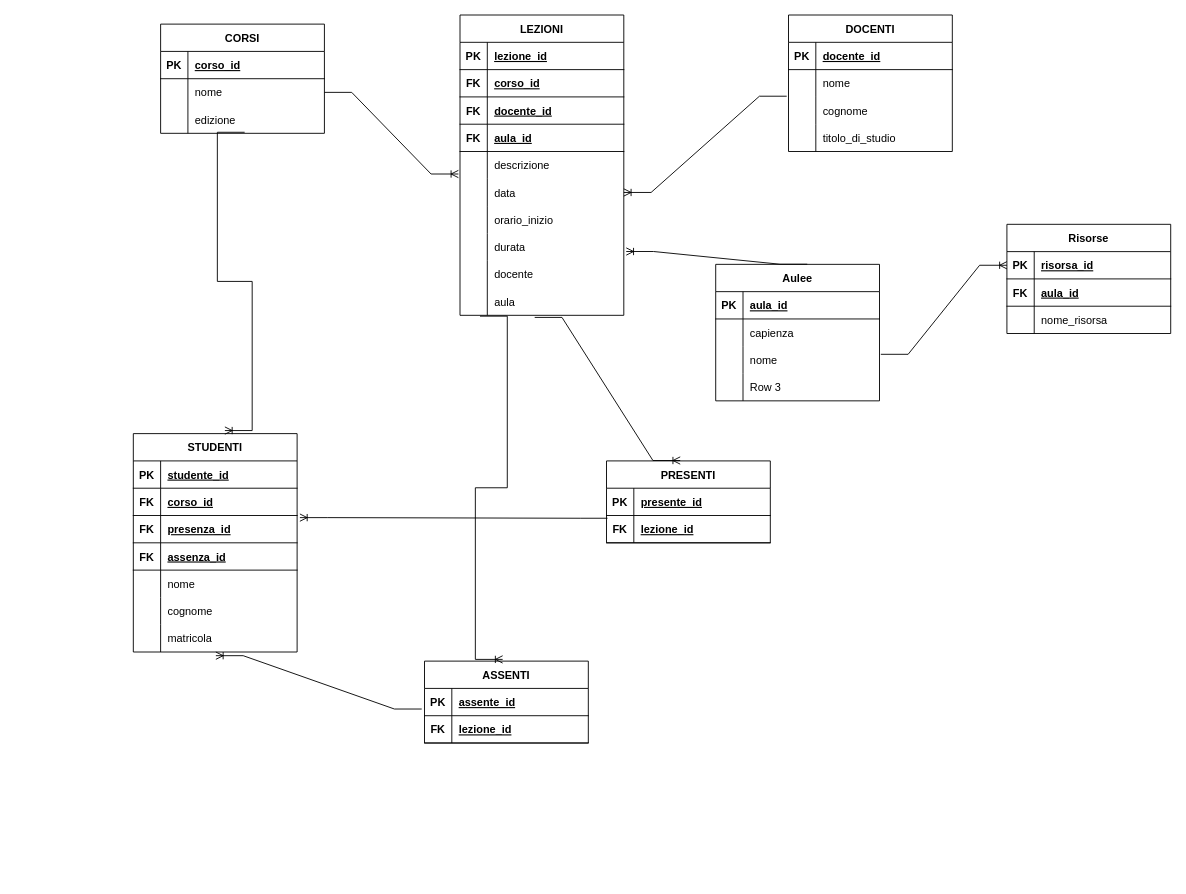
Before: Nuova cartella/Diagramma senza titolo.drawio in Ilthepriest/Diagramma, a draw.io diagram. Source tidied: cells renumbered, new cells numbered last; positions are measured from the earlier drawing's top-left corner, leaving out a move shared by most shapes. Both pictures are drawn from the tidied source at 91%, with x=0, y=0 at pixel (133, 15).
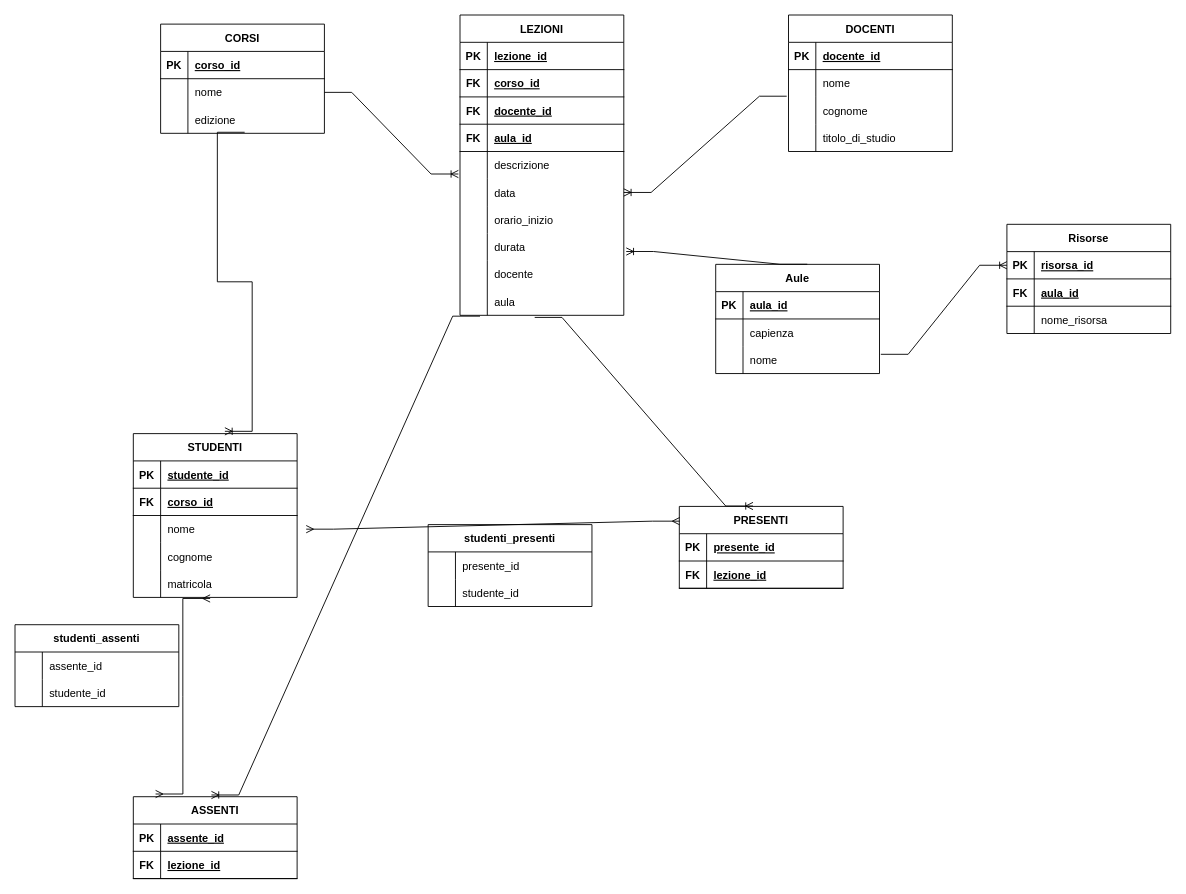
The same diagram, later.

The change refers to these unchanged cells:
```xml
<mxCell id="87" style="shape=tableRow;horizontal=0;startSize=0;swimlaneHead=0;swimlaneBody=0;fillColor=none;points=[[0,0.5],[1,0.5]];portConstraint=eastwest;top=0;left=0;right=0;bottom=1;" parent="83" vertex="1">
  <mxGeometry y="60" width="180" height="30" as="geometry" />
</mxCell>
<mxCell id="110" style="shape=tableRow;horizontal=0;startSize=0;swimlaneHead=0;swimlaneBody=0;fillColor=none;points=[[0,0.5],[1,0.5]];portConstraint=eastwest;top=0;left=0;right=0;bottom=1;" parent="106" vertex="1">
  <mxGeometry y="60" width="180" height="30" as="geometry" />
</mxCell>
<mxCell id="116" style="shape=tableRow;horizontal=0;startSize=0;swimlaneHead=0;swimlaneBody=0;fillColor=none;points=[[0,0.5],[1,0.5]];portConstraint=eastwest;top=0;left=0;right=0;bottom=1;" parent="115" vertex="1">
  <mxGeometry y="30" width="180" height="30" as="geometry" />
</mxCell>
```

What changed in the source:
```diff
@@
-    <mxCell id="58" value="Aulee" style="shape=table;startSize=30;childLayout=tableLayout;rowLines=0;fontStyle=1;align=center;" parent="1" vertex="1">
-      <mxGeometry x="640" y="274" width="180" height="150" as="geometry" />
+    <mxCell id="58" value="Aule" style="shape=table;startSize=30;childLayout=tableLayout;rowLines=0;fontStyle=1;align=center;" parent="1" vertex="1">
+      <mxGeometry x="640" y="274" width="180" height="120" as="geometry" />
     </mxCell>
@@
-    <mxCell id="68" style="shape=tableRow;horizontal=0;startSize=0;swimlaneHead=0;swimlaneBody=0;fillColor=none;top=0;left=0;right=0;bottom=0;" parent="58" vertex="1">
-      <mxGeometry y="120" width="180" height="30" as="geometry" />
-    </mxCell>
-    <mxCell id="69" style="shape=partialRectangle;fillColor=none;top=0;left=0;bottom=0;right=0;overflow=hidden;" parent="68" vertex="1">
-      <mxGeometry width="30" height="30" as="geometry" />
-    </mxCell>
-    <mxCell id="70" value="Row 3" style="shape=partialRectangle;fillColor=none;top=0;left=0;bottom=0;right=0;align=left;spacingLeft=6;overflow=hidden;" parent="68" vertex="1">
-      <mxGeometry x="30" width="150" height="30" as="geometry" />
-    </mxCell>
@@
     <mxCell id="83" value="STUDENTI" style="shape=table;startSize=30;childLayout=tableLayout;rowLines=0;fontStyle=1;align=center;" parent="1" vertex="1">
-      <mxGeometry y="460" width="180" height="240" as="geometry" />
+      <mxGeometry y="460" width="180" height="180" as="geometry" />
     </mxCell>
@@
-    <mxCell id="90" style="shape=tableRow;horizontal=0;startSize=0;swimlaneHead=0;swimlaneBody=0;fillColor=none;top=0;left=0;right=0;bottom=1;" parent="83" vertex="1">
-      <mxGeometry y="90" width="180" height="30" as="geometry" />
-    </mxCell>
-    <mxCell id="91" value="FK" style="shape=partialRectangle;fillColor=none;top=0;left=0;bottom=0;right=0;fontStyle=1;overflow=hidden;" parent="90" vertex="1">
-      <mxGeometry width="30" height="30" as="geometry" />
-    </mxCell>
-    <mxCell id="92" value="presenza_id" style="shape=partialRectangle;fillColor=none;top=0;left=0;bottom=0;right=0;align=left;spacingLeft=6;fontStyle=5;overflow=hidden;" parent="90" vertex="1">
-      <mxGeometry x="30" width="150" height="30" as="geometry" />
-    </mxCell>
-    <mxCell id="93" style="shape=tableRow;horizontal=0;startSize=0;swimlaneHead=0;swimlaneBody=0;fillColor=none;top=0;left=0;right=0;bottom=1;" parent="83" vertex="1">
-      <mxGeometry y="120" width="180" height="30" as="geometry" />
-    </mxCell>
-    <mxCell id="94" value="FK" style="shape=partialRectangle;fillColor=none;top=0;left=0;bottom=0;right=0;fontStyle=1;overflow=hidden;" parent="93" vertex="1">
-      <mxGeometry width="30" height="30" as="geometry" />
-    </mxCell>
-    <mxCell id="95" value="assenza_id" style="shape=partialRectangle;fillColor=none;top=0;left=0;bottom=0;right=0;align=left;spacingLeft=6;fontStyle=5;overflow=hidden;" parent="93" vertex="1">
-      <mxGeometry x="30" width="150" height="30" as="geometry" />
-    </mxCell>
     <mxCell id="96" style="shape=tableRow;horizontal=0;startSize=0;swimlaneHead=0;swimlaneBody=0;fillColor=none;top=0;left=0;right=0;bottom=0;" parent="83" vertex="1">
-      <mxGeometry y="150" width="180" height="30" as="geometry" />
+      <mxGeometry y="90" width="180" height="30" as="geometry" />
     </mxCell>
@@
     <mxCell id="99" style="shape=tableRow;horizontal=0;startSize=0;swimlaneHead=0;swimlaneBody=0;fillColor=none;top=0;left=0;right=0;bottom=0;" parent="83" vertex="1">
-      <mxGeometry y="180" width="180" height="30" as="geometry" />
+      <mxGeometry y="120" width="180" height="30" as="geometry" />
     </mxCell>
@@
     <mxCell id="102" style="shape=tableRow;horizontal=0;startSize=0;swimlaneHead=0;swimlaneBody=0;fillColor=none;points=[[0,0.5],[1,0.5]];portConstraint=eastwest;top=0;left=0;right=0;bottom=0;" parent="83" vertex="1">
-      <mxGeometry y="210" width="180" height="30" as="geometry" />
+      <mxGeometry y="150" width="180" height="30" as="geometry" />
     </mxCell>
@@
     <mxCell id="106" value="PRESENTI" style="shape=table;startSize=30;childLayout=tableLayout;rowLines=0;fontStyle=1;align=center;" parent="1" vertex="1">
-      <mxGeometry x="520" y="490" width="180" height="90" as="geometry" />
+      <mxGeometry x="600" y="540" width="180" height="90" as="geometry" />
     </mxCell>
@@
-    <mxCell id="114" style="edgeStyle=entityRelationEdgeStyle;fontSize=12;html=1;endArrow=ERoneToMany;rounded=0;exitX=0.006;exitY=0.1;exitDx=0;exitDy=0;exitPerimeter=0;entryX=1.017;entryY=1.077;entryDx=0;entryDy=0;entryPerimeter=0;" parent="1" edge="1" source="110" target="87">
-      <mxGeometry relative="1" as="geometry" />
-    </mxCell>
     <mxCell id="115" value="ASSENTI" style="shape=table;startSize=30;childLayout=tableLayout;rowLines=0;fontStyle=1;align=center;" parent="1" vertex="1">
-      <mxGeometry x="320" y="710" width="180" height="90" as="geometry" />
+      <mxGeometry y="859" width="180" height="90" as="geometry" />
     </mxCell>
@@
-    <mxCell id="123" style="edgeStyle=entityRelationEdgeStyle;fontSize=12;html=1;endArrow=ERoneToMany;rounded=0;exitX=-0.017;exitY=0.755;exitDx=0;exitDy=0;exitPerimeter=0;entryX=0.504;entryY=1.134;entryDx=0;entryDy=0;entryPerimeter=0;" parent="1" edge="1" source="116" target="102">
-      <mxGeometry relative="1" as="geometry" />
-    </mxCell>
+    <mxCell id="124" value="studenti_presenti" style="shape=table;startSize=30;childLayout=tableLayout;rowLines=0;fontStyle=1;align=center;" parent="1" vertex="1">
+      <mxGeometry x="324" y="560" width="180" height="90" as="geometry" />
+    </mxCell>
+    <mxCell id="125" style="shape=tableRow;horizontal=0;startSize=0;swimlaneHead=0;swimlaneBody=0;fillColor=none;top=0;left=0;right=0;bottom=0;" parent="124" vertex="1">
+      <mxGeometry y="30" width="180" height="30" as="geometry" />
+    </mxCell>
+    <mxCell id="126" style="shape=partialRectangle;fillColor=none;top=0;left=0;bottom=0;right=0;overflow=hidden;" parent="125" vertex="1">
+      <mxGeometry width="30" height="30" as="geometry" />
+    </mxCell>
+    <mxCell id="127" value="presente_id" style="shape=partialRectangle;fillColor=none;top=0;left=0;bottom=0;right=0;align=left;spacingLeft=6;overflow=hidden;" parent="125" vertex="1">
+      <mxGeometry x="30" width="150" height="30" as="geometry" />
+    </mxCell>
+    <mxCell id="128" style="shape=tableRow;horizontal=0;startSize=0;swimlaneHead=0;swimlaneBody=0;fillColor=none;top=0;left=0;right=0;bottom=0;" parent="124" vertex="1">
+      <mxGeometry y="60" width="180" height="30" as="geometry" />
+    </mxCell>
+    <mxCell id="129" style="shape=partialRectangle;fillColor=none;top=0;left=0;bottom=0;right=0;overflow=hidden;" parent="128" vertex="1">
+      <mxGeometry width="30" height="30" as="geometry" />
+    </mxCell>
+    <mxCell id="130" value="studente_id" style="shape=partialRectangle;fillColor=none;top=0;left=0;bottom=0;right=0;align=left;spacingLeft=6;overflow=hidden;" parent="128" vertex="1">
+      <mxGeometry x="30" width="150" height="30" as="geometry" />
+    </mxCell>
+    <mxCell id="131" style="edgeStyle=entityRelationEdgeStyle;fontSize=12;html=1;endArrow=ERmany;startArrow=ERmany;rounded=0;entryX=0.002;entryY=0.18;entryDx=0;entryDy=0;entryPerimeter=0;" parent="1" edge="1" target="106">
+      <mxGeometry relative="1" as="geometry">
+        <mxPoint x="190" y="565" as="sourcePoint" />
+      </mxGeometry>
+    </mxCell>
+    <mxCell id="132" value="studenti_assenti" style="shape=table;startSize=30;childLayout=tableLayout;rowLines=0;fontStyle=1;align=center;" parent="1" vertex="1">
+      <mxGeometry x="-130" y="670" width="180" height="90" as="geometry" />
+    </mxCell>
+    <mxCell id="133" style="shape=tableRow;horizontal=0;startSize=0;swimlaneHead=0;swimlaneBody=0;fillColor=none;top=0;left=0;right=0;bottom=0;" parent="132" vertex="1">
+      <mxGeometry y="30" width="180" height="30" as="geometry" />
+    </mxCell>
+    <mxCell id="134" style="shape=partialRectangle;fillColor=none;top=0;left=0;bottom=0;right=0;overflow=hidden;" parent="133" vertex="1">
+      <mxGeometry width="30" height="30" as="geometry" />
+    </mxCell>
+    <mxCell id="135" value="assente_id" style="shape=partialRectangle;fillColor=none;top=0;left=0;bottom=0;right=0;align=left;spacingLeft=6;overflow=hidden;" parent="133" vertex="1">
+      <mxGeometry x="30" width="150" height="30" as="geometry" />
+    </mxCell>
+    <mxCell id="136" style="shape=tableRow;horizontal=0;startSize=0;swimlaneHead=0;swimlaneBody=0;fillColor=none;top=0;left=0;right=0;bottom=0;" parent="132" vertex="1">
+      <mxGeometry y="60" width="180" height="30" as="geometry" />
+    </mxCell>
+    <mxCell id="137" style="shape=partialRectangle;fillColor=none;top=0;left=0;bottom=0;right=0;overflow=hidden;" parent="136" vertex="1">
+      <mxGeometry width="30" height="30" as="geometry" />
+    </mxCell>
+    <mxCell id="138" value="studente_id" style="shape=partialRectangle;fillColor=none;top=0;left=0;bottom=0;right=0;align=left;spacingLeft=6;overflow=hidden;" parent="136" vertex="1">
+      <mxGeometry x="30" width="150" height="30" as="geometry" />
+    </mxCell>
+    <mxCell id="139" style="edgeStyle=entityRelationEdgeStyle;fontSize=12;html=1;endArrow=ERmany;startArrow=ERmany;rounded=0;entryX=0.136;entryY=-0.033;entryDx=0;entryDy=0;entryPerimeter=0;exitX=0.469;exitY=1.039;exitDx=0;exitDy=0;exitPerimeter=0;" parent="1" edge="1" source="102" target="115">
+      <mxGeometry relative="1" as="geometry" />
+    </mxCell>
```
